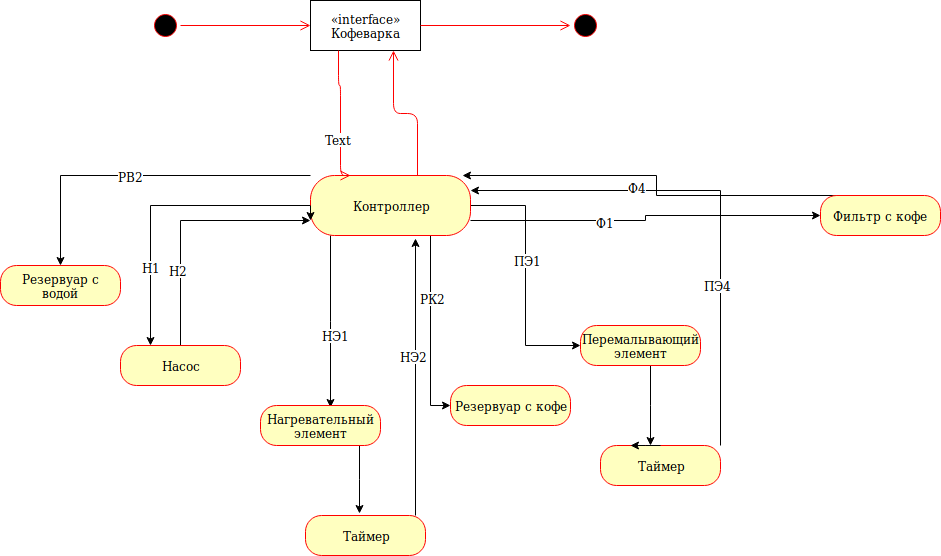
ansushina/sem4 keeps this draw.io diagram as oop/oop5/actingmodel.png. Above is the earlier version. Source tidied: cells renumbered, new cells last; positions are measured from the earlier drawing's top-left corner, leaving out a move shared by most shapes.
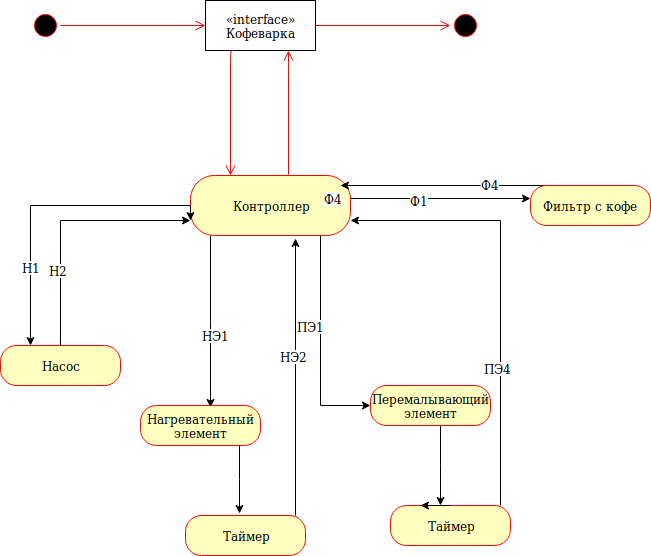
Above is the later version.

What changed in the source:
```diff
@@ -3,7 +3,7 @@
     <mxCell id="0" />
     <mxCell id="1" parent="0" />
     <mxCell id="2" value="«interface»&lt;br&gt;Кофеварка" style="html=1;" parent="1" vertex="1">
-      <mxGeometry x="310" width="110" height="50" as="geometry" />
+      <mxGeometry x="325" width="110" height="50" as="geometry" />
     </mxCell>
     <mxCell id="3" style="ellipse;html=1;shape=startState;fillColor=#000000;strokeColor=#ff0000;direction=west;" parent="1" vertex="1">
       <mxGeometry x="150" y="10" width="30" height="30" as="geometry" />
@@ -17,19 +17,6 @@
     <mxCell id="6" style="edgeStyle=orthogonalEdgeStyle;html=1;verticalAlign=bottom;endArrow=open;endSize=8;strokeColor=#ff0000;exitX=1;exitY=0.5;exitDx=0;exitDy=0;entryX=0;entryY=0.5;entryDx=0;entryDy=0;" parent="1" edge="1" source="2" target="5">
       <mxGeometry relative="1" as="geometry" />
     </mxCell>
-    <mxCell id="7" style="edgeStyle=elbowEdgeStyle;rounded=0;jettySize=auto;html=1;entryX=0.5;entryY=0;entryDx=0;entryDy=0;" parent="1" edge="1" source="19" target="20">
-      <mxGeometry relative="1" as="geometry">
-        <Array as="points">
-          <mxPoint x="60" y="175" />
-          <mxPoint x="60" y="205" />
-        </Array>
-      </mxGeometry>
-    </mxCell>
-    <mxCell id="8" value="РВ2" style="text;html=1;align=center;verticalAlign=middle;labelBackgroundColor=#ffffff;" parent="7" vertex="1">
-      <mxGeometry x="0.05" y="5" relative="1" as="geometry">
-        <mxPoint x="-2" y="-5" as="offset" />
-      </mxGeometry>
-    </mxCell>
     <mxCell id="9" style="edgeStyle=elbowEdgeStyle;rounded=0;jettySize=auto;html=1;entryX=0.25;entryY=0;entryDx=0;entryDy=0;" parent="1" edge="1" source="19" target="25">
       <mxGeometry relative="1" as="geometry">
         <Array as="points">
@@ -46,27 +33,27 @@
     <mxCell id="12" value="НЭ1" style="text;html=1;align=center;verticalAlign=middle;labelBackgroundColor=#ffffff;" parent="11" vertex="1">
       <mxGeometry x="0.15" y="5" relative="1" as="geometry" />
     </mxCell>
-    <mxCell id="13" style="edgeStyle=elbowEdgeStyle;rounded=0;jettySize=auto;html=1;entryX=0;entryY=0.5;entryDx=0;entryDy=0;" parent="1" edge="1" source="19" target="26">
-      <mxGeometry relative="1" as="geometry">
-        <Array as="points">
-          <mxPoint x="430" y="285" />
-          <mxPoint x="430" y="295" />
-        </Array>
-      </mxGeometry>
-    </mxCell>
-    <mxCell id="14" value="РК2" style="text;html=1;align=center;verticalAlign=middle;labelBackgroundColor=#ffffff;" parent="13" vertex="1">
-      <mxGeometry x="-0.34" y="2" relative="1" as="geometry" />
-    </mxCell>
-    <mxCell id="15" style="edgeStyle=elbowEdgeStyle;rounded=0;jettySize=auto;html=1;" parent="1" edge="1" source="19" target="33">
-      <mxGeometry relative="1" as="geometry" />
+    <mxCell id="15" style="edgeStyle=elbowEdgeStyle;rounded=0;jettySize=auto;html=1;exitX=0.75;exitY=1;exitDx=0;exitDy=0;" parent="1" edge="1" source="19" target="33">
+      <mxGeometry relative="1" as="geometry">
+        <Array as="points">
+          <mxPoint x="440" y="325" />
+        </Array>
+      </mxGeometry>
     </mxCell>
     <mxCell id="16" value="ПЭ1" style="text;html=1;align=center;verticalAlign=middle;labelBackgroundColor=#ffffff;" parent="15" vertex="1">
       <mxGeometry x="-0.5" y="-46" relative="1" as="geometry">
-        <mxPoint x="48" y="46" as="offset" />
+        <mxPoint x="36" y="42" as="offset" />
       </mxGeometry>
     </mxCell>
-    <mxCell id="17" style="edgeStyle=elbowEdgeStyle;rounded=0;jettySize=auto;html=1;exitX=1;exitY=0.75;exitDx=0;exitDy=0;" parent="1" edge="1" source="19" target="28">
-      <mxGeometry relative="1" as="geometry" />
+    <mxCell id="17" style="edgeStyle=elbowEdgeStyle;rounded=0;jettySize=auto;html=1;exitX=1;exitY=0.383;exitDx=0;exitDy=0;exitPerimeter=0;" parent="1" edge="1" source="19" target="28">
+      <mxGeometry relative="1" as="geometry">
+        <Array as="points">
+          <mxPoint x="740" y="198" />
+          <mxPoint x="640" y="205" />
+          <mxPoint x="560" y="205" />
+          <mxPoint x="520" y="195" />
+        </Array>
+      </mxGeometry>
     </mxCell>
     <mxCell id="18" value="Ф1" style="text;html=1;align=center;verticalAlign=middle;labelBackgroundColor=#ffffff;direction=west;" parent="17" vertex="1">
       <mxGeometry x="-0.25" y="-1" relative="1" as="geometry" />
@@ -74,9 +61,6 @@
     <mxCell id="19" value="&lt;div&gt;Контроллер&lt;/div&gt;" style="rounded=1;whiteSpace=wrap;html=1;arcSize=40;fontColor=#000000;fillColor=#ffffc0;strokeColor=#ff0000;" parent="1" vertex="1">
       <mxGeometry x="310" y="175" width="160" height="60" as="geometry" />
     </mxCell>
-    <mxCell id="20" value="&lt;div&gt;Резервуар с водой&lt;/div&gt;" style="rounded=1;whiteSpace=wrap;html=1;arcSize=40;fontColor=#000000;fillColor=#ffffc0;strokeColor=#ff0000;" parent="1" vertex="1">
-      <mxGeometry y="265" width="120" height="40" as="geometry" />
-    </mxCell>
     <mxCell id="21" style="edgeStyle=elbowEdgeStyle;rounded=0;jettySize=auto;html=1;entryX=0.45;entryY=-0.05;entryDx=0;entryDy=0;entryPerimeter=0;" parent="1" edge="1" source="22" target="41">
       <mxGeometry relative="1" as="geometry" />
     </mxCell>
@@ -97,38 +81,52 @@
     <mxCell id="25" value="Насос" style="rounded=1;whiteSpace=wrap;html=1;arcSize=40;fontColor=#000000;fillColor=#ffffc0;strokeColor=#ff0000;" parent="1" vertex="1">
       <mxGeometry x="120" y="345" width="120" height="40" as="geometry" />
     </mxCell>
-    <mxCell id="26" value="Резервуар с кофе" style="rounded=1;whiteSpace=wrap;html=1;arcSize=40;fontColor=#000000;fillColor=#ffffc0;strokeColor=#ff0000;" parent="1" vertex="1">
-      <mxGeometry x="450" y="385" width="120" height="40" as="geometry" />
-    </mxCell>
-    <mxCell id="27" style="edgeStyle=elbowEdgeStyle;rounded=0;jettySize=auto;html=1;exitX=0.25;exitY=0;exitDx=0;exitDy=0;entryX=0.95;entryY=0;entryDx=0;entryDy=0;entryPerimeter=0;" parent="1" edge="1" source="28" target="19">
-      <mxGeometry relative="1" as="geometry" />
+    <mxCell id="27" style="edgeStyle=elbowEdgeStyle;rounded=0;jettySize=auto;html=1;exitX=0.25;exitY=0;exitDx=0;exitDy=0;" parent="1" edge="1" source="28">
+      <mxGeometry relative="1" as="geometry">
+        <mxPoint x="460" y="185" as="targetPoint" />
+        <Array as="points">
+          <mxPoint x="600" y="175" />
+          <mxPoint x="670" y="165" />
+          <mxPoint x="740" y="190" />
+        </Array>
+      </mxGeometry>
     </mxCell>
+    <mxCell id="43" value="Ф4" style="text;html=1;align=center;verticalAlign=middle;labelBackgroundColor=#ffffff;" parent="27" vertex="1">
+      <mxGeometry x="-0.35" y="-2" relative="1" as="geometry" />
+    </mxCell>
     <mxCell id="28" value="&lt;div&gt;Фильтр с кофе&lt;br&gt;&lt;/div&gt;" style="rounded=1;whiteSpace=wrap;html=1;arcSize=40;fontColor=#000000;fillColor=#ffffc0;strokeColor=#ff0000;" parent="1" vertex="1">
-      <mxGeometry x="820" y="195" width="120" height="40" as="geometry" />
+      <mxGeometry x="650" y="185" width="120" height="40" as="geometry" />
     </mxCell>
     <mxCell id="29" style="edgeStyle=orthogonalEdgeStyle;html=1;verticalAlign=bottom;endArrow=open;endSize=8;strokeColor=#ff0000;entryX=0.25;entryY=0;entryDx=0;entryDy=0;exitX=0.25;exitY=1;exitDx=0;exitDy=0;" parent="1" edge="1" source="2" target="19">
       <mxGeometry relative="1" as="geometry">
         <Array as="points">
-          <mxPoint x="338" y="85" />
-          <mxPoint x="340" y="85" />
+          <mxPoint x="350" y="50" />
         </Array>
       </mxGeometry>
     </mxCell>
-    <mxCell id="30" value="Text" style="text;html=1;align=center;verticalAlign=middle;labelBackgroundColor=#ffffff;" parent="29" vertex="1">
-      <mxGeometry x="0.31" y="-3" relative="1" as="geometry" />
-    </mxCell>
-    <mxCell id="31" style="edgeStyle=orthogonalEdgeStyle;html=1;verticalAlign=bottom;endArrow=open;endSize=8;strokeColor=#ff0000;entryX=0.75;entryY=1;entryDx=0;entryDy=0;exitX=0.667;exitY=0;exitDx=0;exitDy=0;exitPerimeter=0;" parent="1" edge="1" source="19" target="2">
-      <mxGeometry relative="1" as="geometry" />
+    <mxCell id="31" style="edgeStyle=orthogonalEdgeStyle;html=1;verticalAlign=bottom;endArrow=open;endSize=8;strokeColor=#ff0000;exitX=0.613;exitY=-0.017;exitDx=0;exitDy=0;exitPerimeter=0;entryX=0.75;entryY=1;entryDx=0;entryDy=0;" parent="1" edge="1" source="19" target="2">
+      <mxGeometry relative="1" as="geometry">
+        <Array as="points">
+          <mxPoint x="408" y="65" />
+          <mxPoint x="408" y="65" />
+        </Array>
+      </mxGeometry>
     </mxCell>
     <mxCell id="32" style="edgeStyle=elbowEdgeStyle;rounded=0;jettySize=auto;html=1;" parent="1" edge="1" source="33" target="37">
       <mxGeometry relative="1" as="geometry" />
     </mxCell>
     <mxCell id="33" value="Перемалывающий элемент" style="rounded=1;whiteSpace=wrap;html=1;arcSize=40;fontColor=#000000;fillColor=#ffffc0;strokeColor=#ff0000;" parent="1" vertex="1">
-      <mxGeometry x="580" y="325" width="120" height="40" as="geometry" />
+      <mxGeometry x="490" y="385" width="120" height="40" as="geometry" />
     </mxCell>
-    <mxCell id="34" style="edgeStyle=elbowEdgeStyle;rounded=0;jettySize=auto;html=1;entryX=1;entryY=0.25;entryDx=0;entryDy=0;" parent="1" edge="1" source="37" target="19">
+    <mxCell id="34" style="edgeStyle=elbowEdgeStyle;rounded=0;jettySize=auto;html=1;entryX=1;entryY=0.75;entryDx=0;entryDy=0;" parent="1" edge="1" source="37" target="19">
       <mxGeometry relative="1" as="geometry">
         <Array as="points">
+          <mxPoint x="620" y="335" />
+          <mxPoint x="530" y="225" />
+          <mxPoint x="560" y="225" />
+          <mxPoint x="640" y="285" />
+          <mxPoint x="620" y="285" />
+          <mxPoint x="660" y="275" />
           <mxPoint x="720" y="325" />
           <mxPoint x="780" y="325" />
         </Array>
@@ -143,7 +141,7 @@
       </mxGeometry>
     </mxCell>
     <mxCell id="37" value="Таймер" style="rounded=1;whiteSpace=wrap;html=1;arcSize=40;fontColor=#000000;fillColor=#ffffc0;strokeColor=#ff0000;" parent="1" vertex="1">
-      <mxGeometry x="600" y="445" width="120" height="40" as="geometry" />
+      <mxGeometry x="510" y="505" width="120" height="40" as="geometry" />
     </mxCell>
     <mxCell id="38" style="edgeStyle=elbowEdgeStyle;rounded=0;jettySize=auto;html=1;entryX=0;entryY=0.75;entryDx=0;entryDy=0;" parent="1" edge="1" target="19">
       <mxGeometry relative="1" as="geometry">
```
